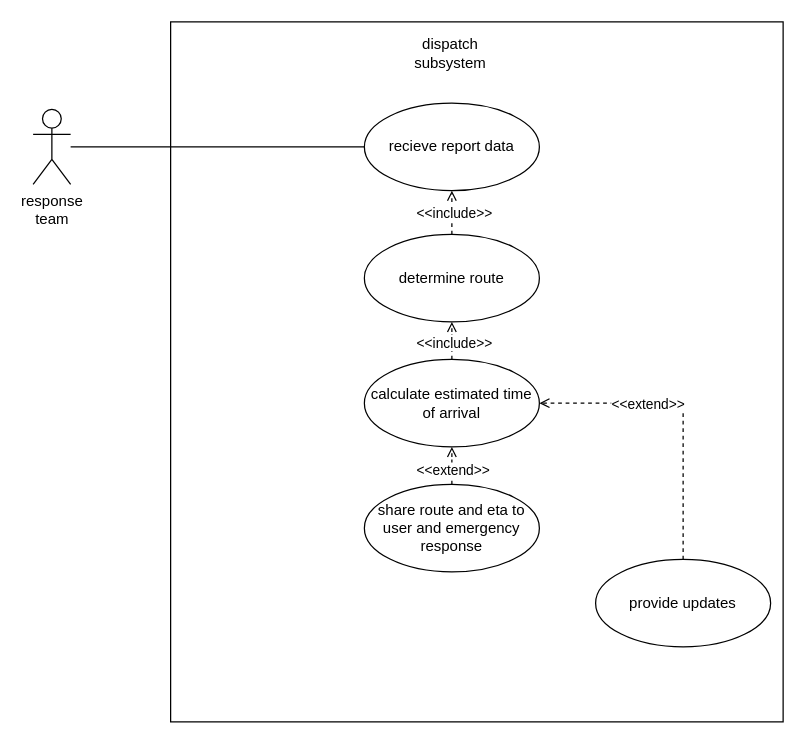
The draw.io diagram dispatch.drawio in Kari19/D1, before the edit. Source tidied: cells renumbered, new cells numbered last; positions are measured from the earlier drawing's top-left corner, leaving out a move shared by most shapes. Both pictures are drawn from the tidied source at 125%, with x=0, y=0 at pixel (32, 21).
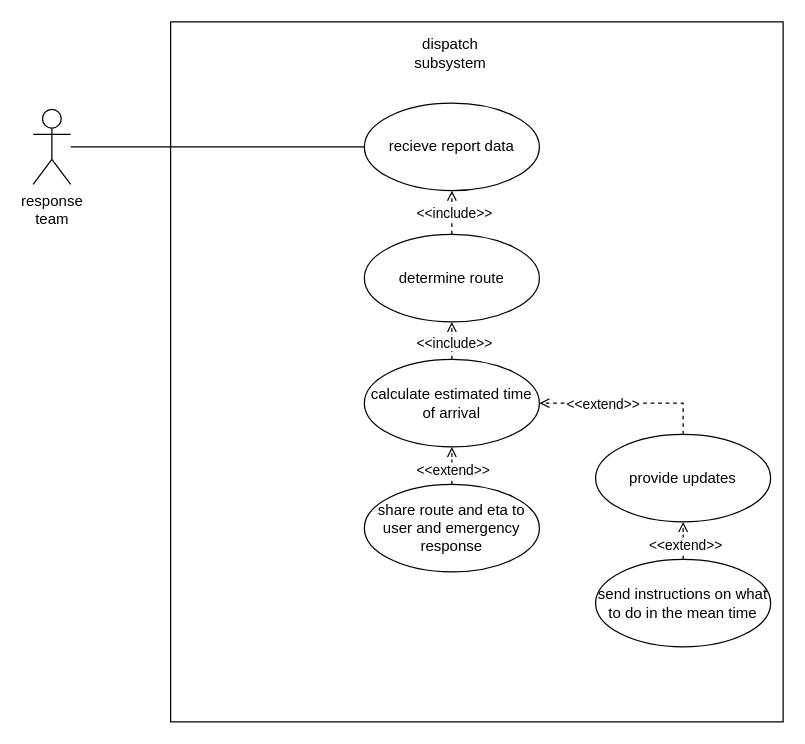
Above is the later version.

What changed in the source:
```diff
@@
     <mxCell id="18" value="provide updates" style="ellipse;whiteSpace=wrap;html=1;" parent="1" vertex="1">
-      <mxGeometry x="450" y="430" width="140" height="70" as="geometry" />
+      <mxGeometry x="450" y="330" width="140" height="70" as="geometry" />
     </mxCell>
+    <mxCell id="19" style="edgeStyle=orthogonalEdgeStyle;rounded=0;jettySize=auto;html=1;endArrow=open;endFill=0;dashed=1;" parent="1" edge="1" source="21" target="18">
+      <mxGeometry relative="1" as="geometry" />
+    </mxCell>
+    <mxCell id="20" value="&amp;lt;&amp;lt;extend&amp;gt;&amp;gt;" style="edgeLabel;html=1;align=center;verticalAlign=middle;" parent="19" vertex="1">
+      <mxGeometry x="0.28" y="-1" relative="1" as="geometry" />
+    </mxCell>
+    <mxCell id="21" value="send instructions on what to do in the mean time" style="ellipse;whiteSpace=wrap;html=1;" parent="1" vertex="1">
+      <mxGeometry x="450" y="430" width="140" height="70" as="geometry" />
+    </mxCell>
```
